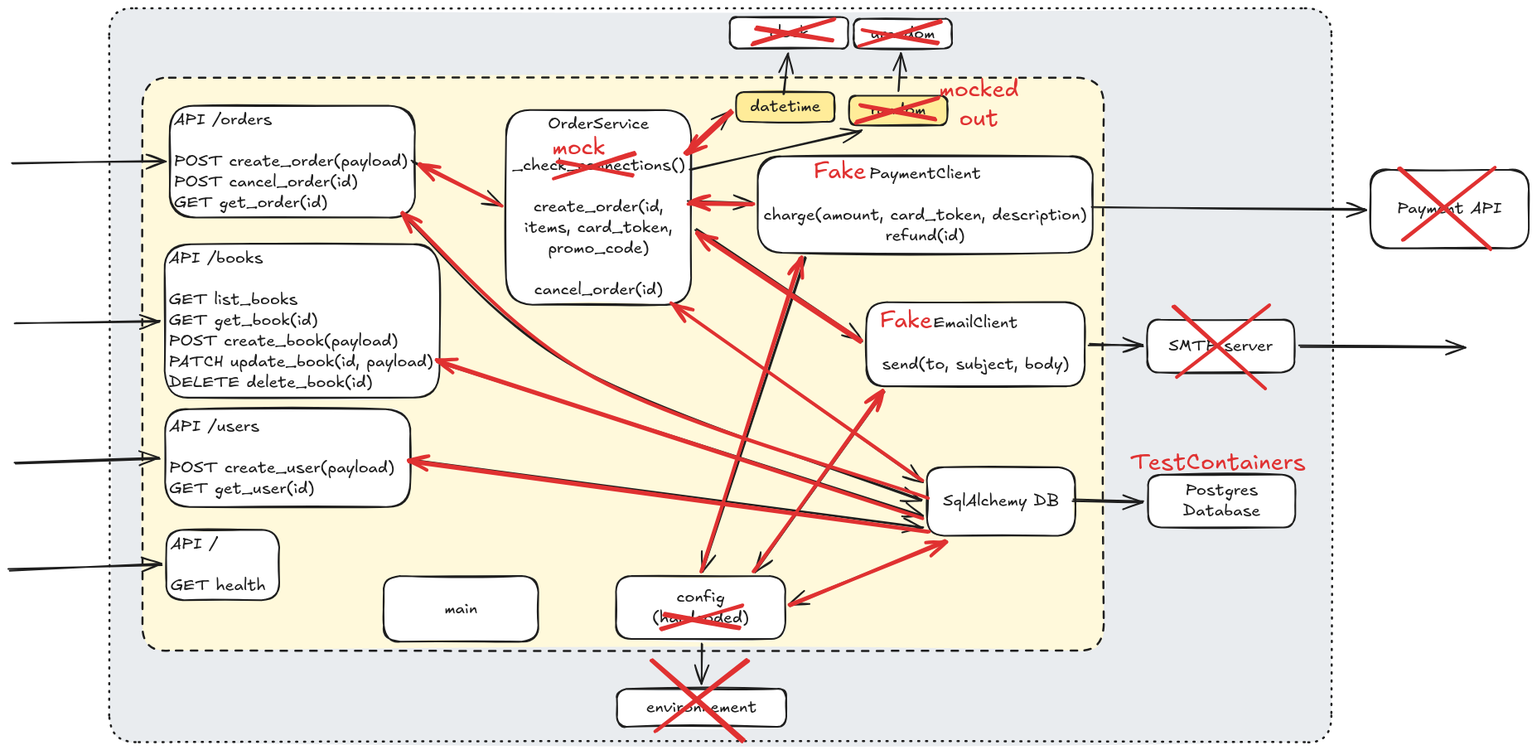
Before: solution/docs/testing_hell_getting_out.excalidraw.png, a diagram exported from Excalidraw (jgaffiot/getting-out-testing-hell). Source tidied: one line per element, renumbered; positions are measured from the earlier drawing's top-left corner, leaving out a move shared by most shapes.
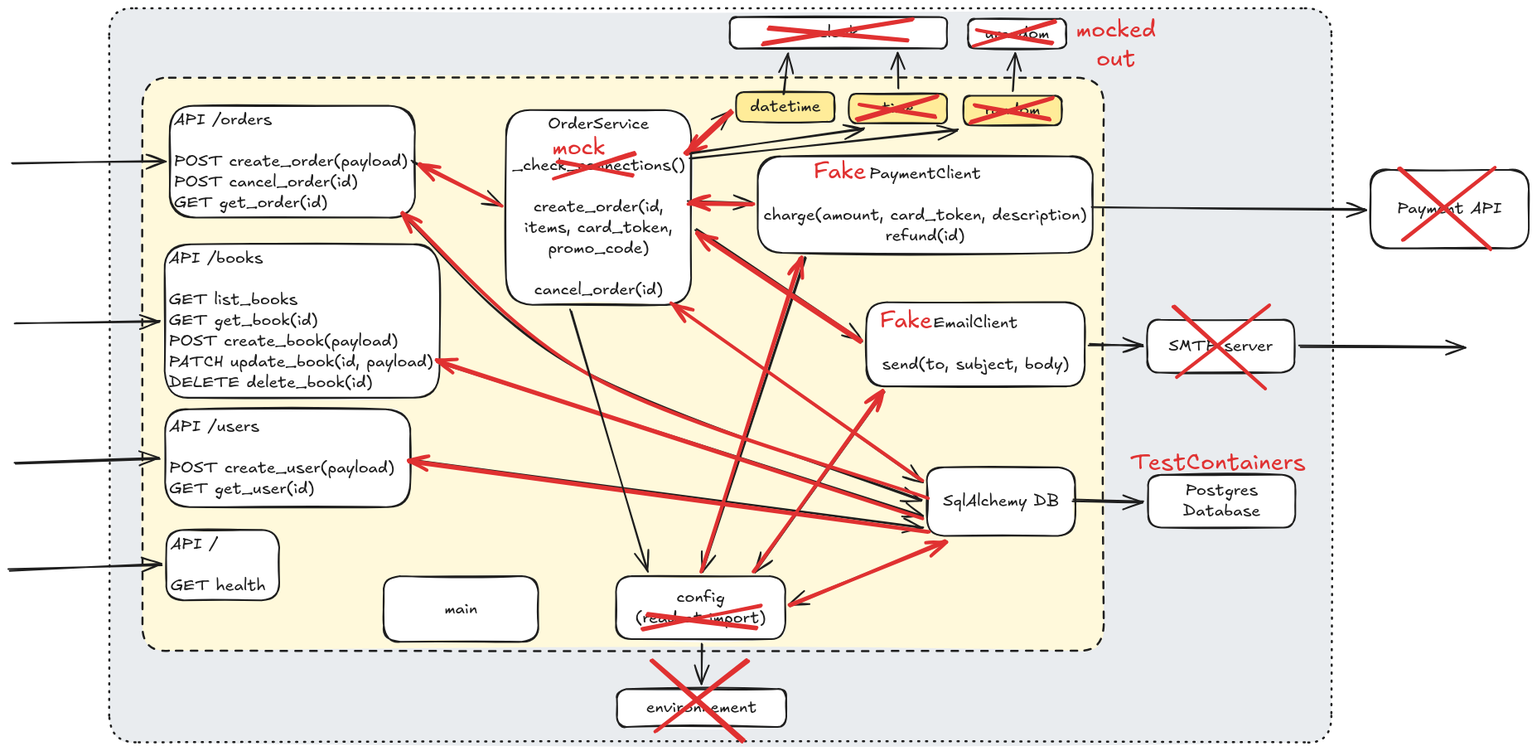
Later version of the same file.

Diff of the diagram source:
```diff
@@ -35,7 +35,7 @@
 {"id": 34, "type": "rectangle", "strokeColor": "#1e1e1e", "backgroundColor": "#ffffff", "fillStyle": "solid", "strokeWidth": 2, "roughness": 1, "round": true, "x": 452, "y": 685, "width": 186, "height": 79}
 {"id": 35, "type": "text", "text": "main", "strokeColor": "#1e1e1e", "strokeWidth": 2, "roughness": 1, "fontSize": 20, "fontFamily": 5, "textAlign": "center", "verticalAlign": "middle", "inside": 34, "x": 525, "y": 712, "width": 40, "height": 25}
 {"id": 36, "type": "rectangle", "strokeColor": "#1e1e1e", "backgroundColor": "#ffffff", "fillStyle": "solid", "strokeWidth": 2, "roughness": 1, "round": true, "x": 732, "y": 685, "width": 204, "height": 76}
-{"id": 37, "type": "text", "text": "config\n(hardcoded)", "strokeColor": "#1e1e1e", "strokeWidth": 2, "roughness": 1, "fontSize": 20, "fontFamily": 5, "textAlign": "center", "verticalAlign": "middle", "inside": 36, "x": 776, "y": 698, "width": 117, "height": 50}
+{"id": 37, "type": "text", "text": "config\n(read at import)", "strokeColor": "#1e1e1e", "strokeWidth": 2, "roughness": 1, "fontSize": 20, "fontFamily": 5, "textAlign": "center", "verticalAlign": "middle", "inside": 36, "x": 750, "y": 698, "width": 170, "height": 50}
 {"id": 38, "type": "rectangle", "strokeColor": "#1e1e1e", "backgroundColor": "#ffffff", "fillStyle": "solid", "strokeWidth": 2, "roughness": 1, "round": true, "x": 734, "y": 821, "width": 204, "height": 46}
 {"id": 39, "type": "text", "text": "environnement", "strokeColor": "#1e1e1e", "strokeWidth": 2, "roughness": 1, "fontSize": 20, "fontFamily": 5, "textAlign": "center", "verticalAlign": "middle", "inside": 38, "x": 769, "y": 832, "width": 134, "height": 25}
 {"id": 40, "type": "arrow", "strokeColor": "#1e1e1e", "strokeWidth": 2, "roughness": 1, "endArrowhead": "arrow", "round": true, "from": 36, "to": 38, "x": 836, "y": 767, "width": 0, "height": 48, "points": [[0, 0], [0, 48]]}
@@ -45,16 +45,16 @@
 {"id": 44, "type": "arrow", "strokeColor": "#1e1e1e", "strokeWidth": 2, "roughness": 1, "endArrowhead": "arrow", "round": true, "from": 10, "to": 4, "x": 480, "y": 253, "width": 622, "height": 340, "points": [[0, 0], [205, 182], [622, 340]]}
 {"id": 45, "type": "rectangle", "strokeColor": "#1e1e1e", "backgroundColor": "#ffec99", "fillStyle": "solid", "strokeWidth": 2, "roughness": 1, "round": true, "x": 878, "y": 101, "width": 118, "height": 36}
 {"id": 46, "type": "text", "text": "datetime", "strokeColor": "#1e1e1e", "strokeWidth": 2, "roughness": 1, "fontSize": 20, "fontFamily": 5, "textAlign": "center", "verticalAlign": "middle", "inside": 45, "x": 894, "y": 106, "width": 85, "height": 25}
-{"id": 47, "type": "rectangle", "strokeColor": "#1e1e1e", "backgroundColor": "#ffffff", "fillStyle": "solid", "strokeWidth": 2, "roughness": 1, "round": true, "x": 870, "y": 11, "width": 143, "height": 38}
+{"id": 47, "type": "rectangle", "strokeColor": "#1e1e1e", "backgroundColor": "#ffffff", "fillStyle": "solid", "strokeWidth": 2, "roughness": 1, "round": true, "x": 870, "y": 11, "width": 262, "height": 38}
-{"id": 48, "type": "text", "text": "clock", "strokeColor": "#1e1e1e", "strokeWidth": 2, "roughness": 1, "fontSize": 20, "fontFamily": 5, "textAlign": "center", "verticalAlign": "middle", "inside": 47, "x": 918, "y": 17, "width": 47, "height": 25}
+{"id": 48, "type": "text", "text": "clock", "strokeColor": "#1e1e1e", "strokeWidth": 2, "roughness": 1, "fontSize": 20, "fontFamily": 5, "textAlign": "center", "verticalAlign": "middle", "inside": 47, "x": 977, "y": 17, "width": 47, "height": 25}
 {"id": 49, "type": "arrow", "strokeColor": "#1e1e1e", "strokeWidth": 2, "roughness": 1, "endArrowhead": "arrow", "round": true, "from": 12, "to": 45, "x": 822, "y": 171, "width": 50, "height": 47, "points": [[0, 0], [50, -47]]}
 {"id": 50, "type": "arrow", "strokeColor": "#1e1e1e", "strokeWidth": 2, "roughness": 1, "endArrowhead": "arrow", "round": true, "from": 45, "to": 47, "x": 935, "y": 103, "width": 6, "height": 49, "points": [[0, 0], [6, -49]]}
-{"id": 51, "type": "rectangle", "strokeColor": "#1e1e1e", "backgroundColor": "#ffec99", "fillStyle": "solid", "strokeWidth": 2, "roughness": 1, "round": true, "x": 1014, "y": 105, "width": 118, "height": 36}
+{"id": 51, "type": "rectangle", "strokeColor": "#1e1e1e", "backgroundColor": "#ffec99", "fillStyle": "solid", "strokeWidth": 2, "roughness": 1, "round": true, "x": 1152, "y": 105, "width": 118, "height": 36}
-{"id": 52, "type": "text", "text": "random", "strokeColor": "#1e1e1e", "strokeWidth": 2, "roughness": 1, "fontSize": 20, "fontFamily": 5, "textAlign": "center", "verticalAlign": "middle", "inside": 51, "x": 1040, "y": 111, "width": 67, "height": 25}
+{"id": 52, "type": "text", "text": "random", "strokeColor": "#1e1e1e", "strokeWidth": 2, "roughness": 1, "fontSize": 20, "fontFamily": 5, "textAlign": "center", "verticalAlign": "middle", "inside": 51, "x": 1178, "y": 111, "width": 67, "height": 25}
-{"id": 53, "type": "arrow", "strokeColor": "#1e1e1e", "strokeWidth": 2, "roughness": 1, "endArrowhead": "arrow", "round": true, "from": 12, "to": 51, "x": 823, "y": 194, "width": 207, "height": 47, "points": [[0, 0], [207, -47]]}
+{"id": 53, "type": "arrow", "strokeColor": "#1e1e1e", "strokeWidth": 2, "roughness": 1, "endArrowhead": "arrow", "round": true, "from": 12, "to": 51, "x": 823, "y": 180, "width": 323, "height": 34, "points": [[0, 0], [323, -34]]}
-{"id": 54, "type": "rectangle", "strokeColor": "#1e1e1e", "backgroundColor": "#ffffff", "fillStyle": "solid", "strokeWidth": 2, "roughness": 1, "round": true, "x": 1019, "y": 13, "width": 118, "height": 36}
+{"id": 54, "type": "rectangle", "strokeColor": "#1e1e1e", "backgroundColor": "#ffffff", "fillStyle": "solid", "strokeWidth": 2, "roughness": 1, "round": true, "x": 1157, "y": 13, "width": 118, "height": 36}
-{"id": 55, "type": "text", "text": "urandom", "strokeColor": "#1e1e1e", "strokeWidth": 2, "roughness": 1, "fontSize": 20, "fontFamily": 5, "textAlign": "center", "verticalAlign": "middle", "inside": 54, "x": 1040, "y": 18, "width": 78, "height": 25}
+{"id": 55, "type": "text", "text": "urandom", "strokeColor": "#1e1e1e", "strokeWidth": 2, "roughness": 1, "fontSize": 20, "fontFamily": 5, "textAlign": "center", "verticalAlign": "middle", "inside": 54, "x": 1178, "y": 18, "width": 78, "height": 25}
-{"id": 56, "type": "arrow", "strokeColor": "#1e1e1e", "strokeWidth": 2, "roughness": 1, "endArrowhead": "arrow", "round": true, "from": 51, "to": 54, "x": 1073, "y": 99, "width": 3, "height": 45, "points": [[0, 0], [3, -45]]}
+{"id": 56, "type": "arrow", "strokeColor": "#1e1e1e", "strokeWidth": 2, "roughness": 1, "endArrowhead": "arrow", "round": true, "from": 51, "to": 54, "x": 1211, "y": 99, "width": 3, "height": 45, "points": [[0, 0], [3, -45]]}
 {"id": 57, "type": "arrow", "strokeColor": "#1e1e1e", "backgroundColor": "#ffffff", "fillStyle": "solid", "strokeWidth": 2, "roughness": 1, "endArrowhead": "arrow", "round": true, "to": 10, "x": 3, "y": 187, "width": 185, "height": 2, "points": [[0, 0], [185, -2]]}
 {"id": 58, "type": "arrow", "strokeColor": "#1e1e1e", "backgroundColor": "#ffffff", "fillStyle": "solid", "strokeWidth": 2, "roughness": 1, "endArrowhead": "arrow", "round": true, "to": 2, "x": 8, "y": 379, "width": 174, "height": 2, "points": [[0, 0], [174, -2]]}
 {"id": 59, "type": "arrow", "strokeColor": "#1e1e1e", "backgroundColor": "#ffffff", "fillStyle": "solid", "strokeWidth": 2, "roughness": 1, "endArrowhead": "arrow", "round": true, "to": 8, "x": 8, "y": 550, "width": 174, "height": 7, "points": [[0, 0], [174, -7]]}
@@ -69,17 +69,17 @@
 {"id": 68, "type": "line", "strokeColor": "#e03131", "backgroundColor": "#ffec99", "fillStyle": "solid", "strokeWidth": 4, "roughness": 1, "round": true, "x": 1683, "y": 279, "width": 111, "height": 86, "points": [[0, 0], [111, -86]]}
 {"id": 69, "type": "line", "strokeColor": "#e03131", "backgroundColor": "#ffec99", "fillStyle": "solid", "strokeWidth": 4, "roughness": 1, "round": true, "x": 1406, "y": 359, "width": 109, "height": 98, "points": [[0, 0], [109, 98]]}
 {"id": 70, "type": "line", "strokeColor": "#e03131", "backgroundColor": "#ffec99", "fillStyle": "solid", "strokeWidth": 4, "roughness": 1, "round": true, "x": 1410, "y": 445, "width": 111, "height": 86, "points": [[0, 0], [111, -86]]}
-{"id": 71, "type": "line", "strokeColor": "#e03131", "backgroundColor": "#ffec99", "fillStyle": "solid", "strokeWidth": 4, "roughness": 1, "round": true, "x": 787, "y": 750, "width": 98, "height": 29, "points": [[0, 0], [98, -29]]}
+{"id": 71, "type": "line", "strokeColor": "#e03131", "backgroundColor": "#ffec99", "fillStyle": "solid", "strokeWidth": 4, "roughness": 1, "round": true, "x": 764, "y": 750, "width": 143, "height": 29, "points": [[0, 0], [143, -29]]}
-{"id": 72, "type": "line", "strokeColor": "#e03131", "backgroundColor": "#ffec99", "fillStyle": "solid", "strokeWidth": 4, "roughness": 1, "round": true, "x": 791, "y": 731, "width": 90, "height": 16, "points": [[0, 0], [90, 16]]}
+{"id": 72, "type": "line", "strokeColor": "#e03131", "backgroundColor": "#ffec99", "fillStyle": "solid", "strokeWidth": 4, "roughness": 1, "round": true, "x": 770, "y": 731, "width": 132, "height": 16, "points": [[0, 0], [132, 16]]}
 {"id": 73, "type": "arrow", "strokeColor": "#e03131", "backgroundColor": "#ffec99", "fillStyle": "solid", "strokeWidth": 4, "roughness": 1, "endArrowhead": "arrow", "round": true, "from": 36, "to": 14, "x": 837, "y": 679, "width": 119, "height": 378, "points": [[0, 0], [119, -378]]}
 {"id": 74, "type": "arrow", "strokeColor": "#e03131", "backgroundColor": "#ffec99", "fillStyle": "solid", "strokeWidth": 4, "roughness": 1, "endArrowhead": "arrow", "round": true, "from": 36, "to": 16, "x": 899, "y": 679, "width": 156, "height": 217, "points": [[0, 0], [156, -217]]}
 {"id": 75, "type": "arrow", "strokeColor": "#e03131", "backgroundColor": "#ffec99", "fillStyle": "solid", "strokeWidth": 4, "roughness": 1, "endArrowhead": "arrow", "round": true, "from": 36, "to": 4, "x": 943, "y": 720, "width": 187, "height": 78, "points": [[0, 0], [187, -78]]}
 {"id": 76, "type": "arrow", "strokeColor": "#e03131", "backgroundColor": "#ffec99", "fillStyle": "solid", "strokeWidth": 4, "roughness": 1, "endArrowhead": "arrow", "round": true, "from": 14, "to": 12, "x": 898, "y": 237, "width": 77, "height": 1, "points": [[0, 0], [-77, -1]]}
 {"id": 77, "type": "arrow", "strokeColor": "#e03131", "backgroundColor": "#ffec99", "fillStyle": "solid", "strokeWidth": 4, "roughness": 1, "endArrowhead": "arrow", "round": true, "from": 16, "to": 12, "x": 1029, "y": 401, "width": 200, "height": 131, "points": [[0, 0], [-200, -131]]}
 {"id": 78, "type": "arrow", "strokeColor": "#e03131", "backgroundColor": "#ffec99", "fillStyle": "solid", "strokeWidth": 4, "roughness": 1, "endArrowhead": "arrow", "round": true, "from": 45, "to": 12, "x": 872, "y": 124, "width": 55, "height": 50, "points": [[0, 0], [-55, 50]]}
-{"id": 79, "type": "line", "strokeColor": "#e03131", "backgroundColor": "#ffec99", "fillStyle": "solid", "strokeWidth": 4, "roughness": 1, "round": true, "x": 1023, "y": 137, "width": 98, "height": 29, "points": [[0, 0], [98, -29]]}
+{"id": 79, "type": "line", "strokeColor": "#e03131", "backgroundColor": "#ffec99", "fillStyle": "solid", "strokeWidth": 4, "roughness": 1, "round": true, "x": 1161, "y": 137, "width": 98, "height": 29, "points": [[0, 0], [98, -29]]}
-{"id": 80, "type": "line", "strokeColor": "#e03131", "backgroundColor": "#ffec99", "fillStyle": "solid", "strokeWidth": 4, "roughness": 1, "round": true, "x": 1028, "y": 118, "width": 90, "height": 16, "points": [[0, 0], [90, 16]]}
+{"id": 80, "type": "line", "strokeColor": "#e03131", "backgroundColor": "#ffec99", "fillStyle": "solid", "strokeWidth": 4, "roughness": 1, "round": true, "x": 1166, "y": 118, "width": 90, "height": 16, "points": [[0, 0], [90, 16]]}
-{"id": 81, "type": "text", "text": "mocked\nout", "strokeColor": "#e03131", "backgroundColor": "#ffec99", "fillStyle": "solid", "strokeWidth": 4, "roughness": 1, "fontSize": 28, "fontFamily": 5, "textAlign": "center", "x": 1122, "y": 81, "width": 96, "height": 70}
+{"id": 81, "type": "text", "text": "mocked\nout", "strokeColor": "#e03131", "backgroundColor": "#ffec99", "fillStyle": "solid", "strokeWidth": 4, "roughness": 1, "fontSize": 28, "fontFamily": 5, "textAlign": "center", "x": 1288, "y": 9, "width": 96, "height": 70}
 {"id": 82, "type": "line", "strokeColor": "#e03131", "backgroundColor": "#ffec99", "fillStyle": "solid", "strokeWidth": 4, "roughness": 1, "round": true, "x": 776, "y": 786, "width": 109, "height": 98, "points": [[0, 0], [109, 98]]}
 {"id": 83, "type": "line", "strokeColor": "#e03131", "backgroundColor": "#ffec99", "fillStyle": "solid", "strokeWidth": 4, "roughness": 1, "round": true, "x": 780, "y": 872, "width": 111, "height": 86, "points": [[0, 0], [111, -86]]}
 {"id": 84, "type": "arrow", "strokeColor": "#e03131", "backgroundColor": "#ffec99", "fillStyle": "solid", "strokeWidth": 4, "roughness": 1, "endArrowhead": "arrow", "round": true, "from": 4, "to": 8, "x": 1110, "y": 631, "width": 628, "height": 85, "points": [[0, 0], [-628, -85]]}
@@ -87,7 +87,14 @@
 {"id": 86, "type": "arrow", "strokeColor": "#e03131", "backgroundColor": "#ffec99", "fillStyle": "solid", "strokeWidth": 4, "roughness": 1, "endArrowhead": "arrow", "round": true, "from": 4, "to": 12, "x": 1102, "y": 569, "width": 303, "height": 213, "points": [[0, 0], [-303, -213]]}
 {"id": 87, "type": "arrow", "strokeColor": "#e03131", "backgroundColor": "#ffec99", "fillStyle": "solid", "strokeWidth": 4, "roughness": 1, "endArrowhead": "arrow", "round": true, "from": 4, "to": 10, "x": 1109, "y": 590, "width": 634, "height": 343, "points": [[0, 0], [-402, -145], [-634, -343]]}
 {"id": 88, "type": "arrow", "strokeColor": "#e03131", "backgroundColor": "#ffec99", "fillStyle": "solid", "strokeWidth": 4, "roughness": 1, "endArrowhead": "arrow", "round": true, "from": 12, "to": 10, "x": 594, "y": 237, "width": 98, "height": 49, "points": [[0, 0], [-98, -49]]}
-{"id": 89, "type": "line", "strokeColor": "#e03131", "backgroundColor": "#ffec99", "fillStyle": "solid", "strokeWidth": 4, "roughness": 1, "round": true, "x": 1027, "y": 45, "width": 98, "height": 29, "points": [[0, 0], [98, -29]]}
+{"id": 89, "type": "line", "strokeColor": "#e03131", "backgroundColor": "#ffec99", "fillStyle": "solid", "strokeWidth": 4, "roughness": 1, "round": true, "x": 1165, "y": 45, "width": 98, "height": 29, "points": [[0, 0], [98, -29]]}
-{"id": 90, "type": "line", "strokeColor": "#e03131", "backgroundColor": "#ffec99", "fillStyle": "solid", "strokeWidth": 4, "roughness": 1, "round": true, "x": 1031, "y": 26, "width": 90, "height": 16, "points": [[0, 0], [90, 16]]}
+{"id": 90, "type": "line", "strokeColor": "#e03131", "backgroundColor": "#ffec99", "fillStyle": "solid", "strokeWidth": 4, "roughness": 1, "round": true, "x": 1169, "y": 26, "width": 90, "height": 16, "points": [[0, 0], [90, 16]]}
-{"id": 91, "type": "line", "strokeColor": "#e03131", "backgroundColor": "#ffec99", "fillStyle": "solid", "strokeWidth": 4, "roughness": 1, "round": true, "x": 898, "y": 42, "width": 98, "height": 29, "points": [[0, 0], [98, -29]]}
+{"id": 91, "type": "line", "strokeColor": "#e03131", "backgroundColor": "#ffec99", "fillStyle": "solid", "strokeWidth": 4, "roughness": 1, "round": true, "x": 911, "y": 42, "width": 180, "height": 29, "points": [[0, 0], [180, -29]]}
-{"id": 92, "type": "line", "strokeColor": "#e03131", "backgroundColor": "#ffec99", "fillStyle": "solid", "strokeWidth": 4, "roughness": 1, "round": true, "x": 903, "y": 23, "width": 90, "height": 16, "points": [[0, 0], [90, 16]]}
+{"id": 92, "type": "line", "strokeColor": "#e03131", "backgroundColor": "#ffec99", "fillStyle": "solid", "strokeWidth": 4, "roughness": 1, "round": true, "x": 918, "y": 23, "width": 166, "height": 16, "points": [[0, 0], [166, 16]]}
+{"id": 93, "type": "rectangle", "strokeColor": "#1e1e1e", "backgroundColor": "#ffec99", "fillStyle": "solid", "strokeWidth": 2, "roughness": 1, "round": true, "x": 1014, "y": 103, "width": 118, "height": 36}
+{"id": 94, "type": "text", "text": "time", "strokeColor": "#1e1e1e", "strokeWidth": 2, "roughness": 1, "fontSize": 20, "fontFamily": 5, "textAlign": "center", "verticalAlign": "middle", "inside": 93, "x": 1053, "y": 108, "width": 40, "height": 25}
+{"id": 95, "type": "arrow", "strokeColor": "#1e1e1e", "strokeWidth": 2, "roughness": 1, "endArrowhead": "arrow", "round": true, "from": 93, "to": 47, "x": 1073, "y": 97, "width": 0, "height": 42, "points": [[0, 0], [0, -42]]}
+{"id": 96, "type": "arrow", "strokeColor": "#1e1e1e", "strokeWidth": 2, "roughness": 1, "endArrowhead": "arrow", "round": true, "from": 12, "to": 93, "x": 823, "y": 175, "width": 209, "height": 31, "points": [[0, 0], [209, -31]]}
+{"id": 97, "type": "arrow", "strokeColor": "#1e1e1e", "strokeWidth": 2, "roughness": 1, "endArrowhead": "arrow", "round": true, "from": 12, "to": 36, "x": 678, "y": 364, "width": 94, "height": 315, "points": [[0, 0], [94, 315]]}
+{"id": 98, "type": "line", "strokeColor": "#e03131", "backgroundColor": "#ffec99", "fillStyle": "solid", "strokeWidth": 4, "roughness": 1, "round": true, "x": 1023, "y": 135, "width": 98, "height": 29, "points": [[0, 0], [98, -29]]}
+{"id": 99, "type": "line", "strokeColor": "#e03131", "backgroundColor": "#ffec99", "fillStyle": "solid", "strokeWidth": 4, "roughness": 1, "round": true, "x": 1028, "y": 116, "width": 90, "height": 16, "points": [[0, 0], [90, 16]]}
```
